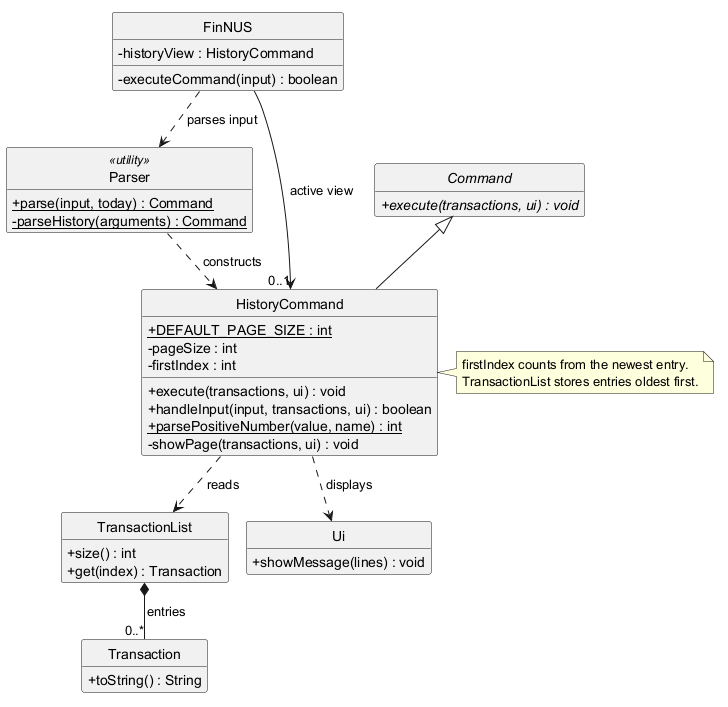
Before: docs/images/HistoryClassDiagram.png, a diagram exported from PlantUML (AY2627S1-CS2113-W13-2/tp).
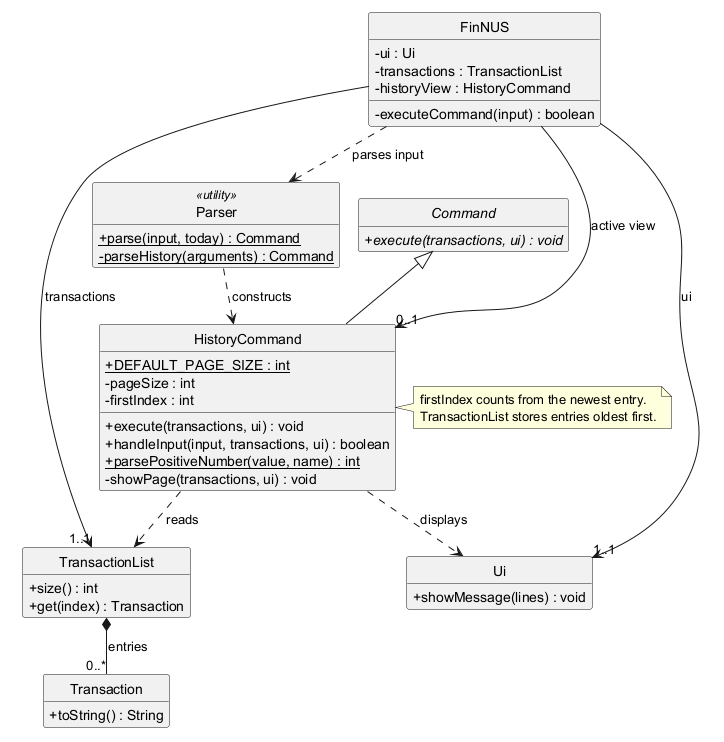
The same diagram one commit later.

Commit message:
Show multiplicities in history class diagram

Label active FinNUS references and transaction entries, clarify that transient dependencies have no multiplicity, and regenerate the linked PNG.

Diff of the diagram source:
```diff
@@ -6,6 +6,8 @@
 skinparam classAttributeIconSize 0
 
 class FinNUS {
+    - ui : Ui
+    - transactions : TransactionList
     - historyView : HistoryCommand
     - executeCommand(input) : boolean
 }
@@ -43,6 +45,8 @@
 }
 
 Command <|-- HistoryCommand
+FinNUS --> "1..1" Ui : ui
+FinNUS --> "1..1" TransactionList : transactions
 FinNUS --> "0..1" HistoryCommand : active view
 FinNUS ..> Parser : parses input
 Parser ..> HistoryCommand : constructs
```
